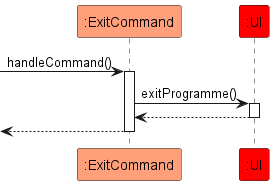
Earlier version of the PlantUML export docs/images/ExitClassDiagram.png (kirangeofran/tp).
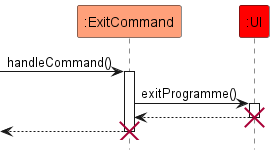
The same diagram one commit later.

Commit message:
update diagram, ui component

Change to the diagram source:
```diff
@@ -1,6 +1,6 @@
 @startuml
 !include style.puml
-
+hide footbox
 participant ":ExitCommand" as Exit EXITCOMMAND_COLOR
 participant ":UI" as UI UI_COLOR
 
@@ -12,7 +12,9 @@
 
 UI --> Exit
 deactivate UI
-
+destroy UI
 [<-- Exit
 deactivate Exit
+destroy Exit
+
 @enduml
```
